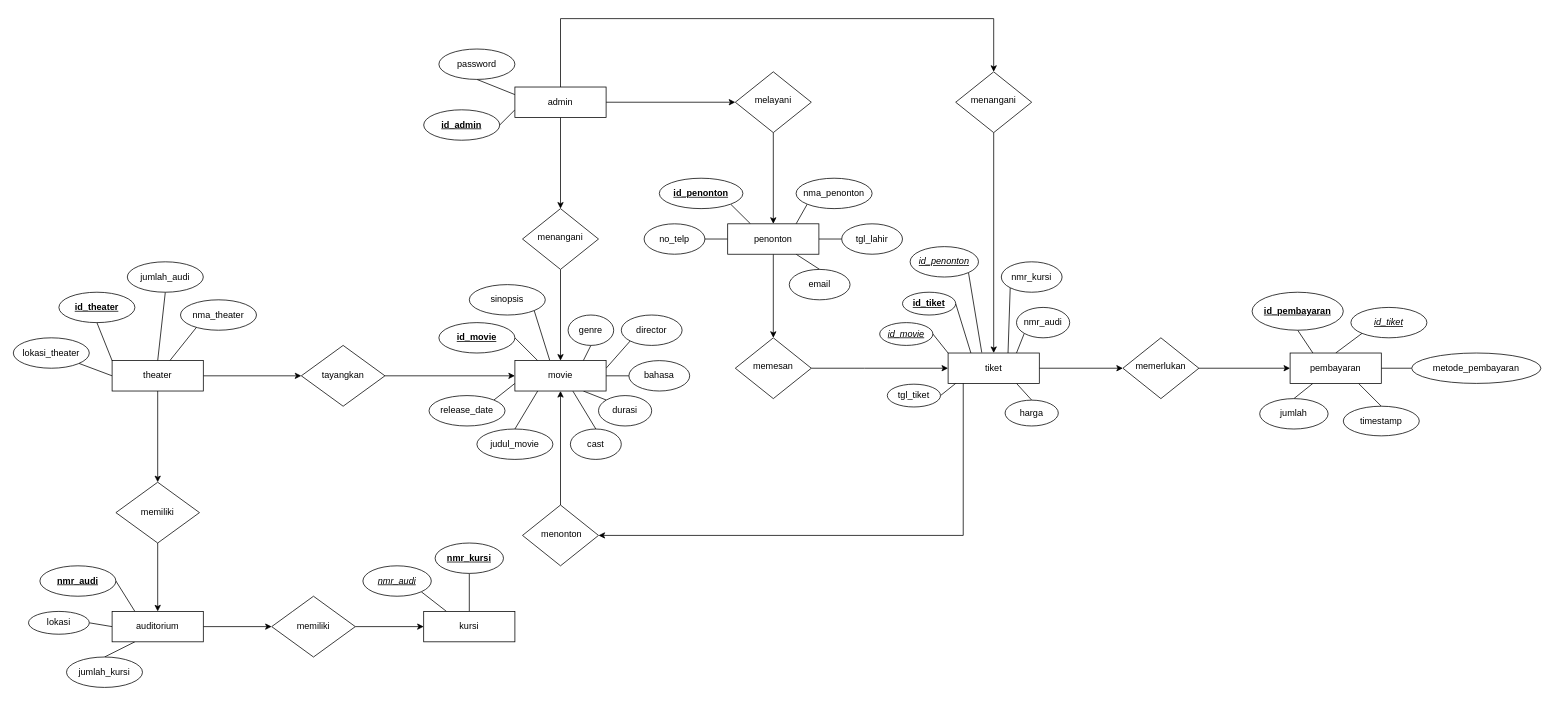
vinnnna/sistem-basis-data keeps this draw.io diagram as movie_erd.drawio. Above is the earlier version. Source tidied: cells renumbered, new cells numbered last; positions are measured from the earlier drawing's top-left corner, leaving out a move shared by most shapes. Both pictures are drawn from the tidied source at 76%, with x=0, y=0 at pixel (13, 18).
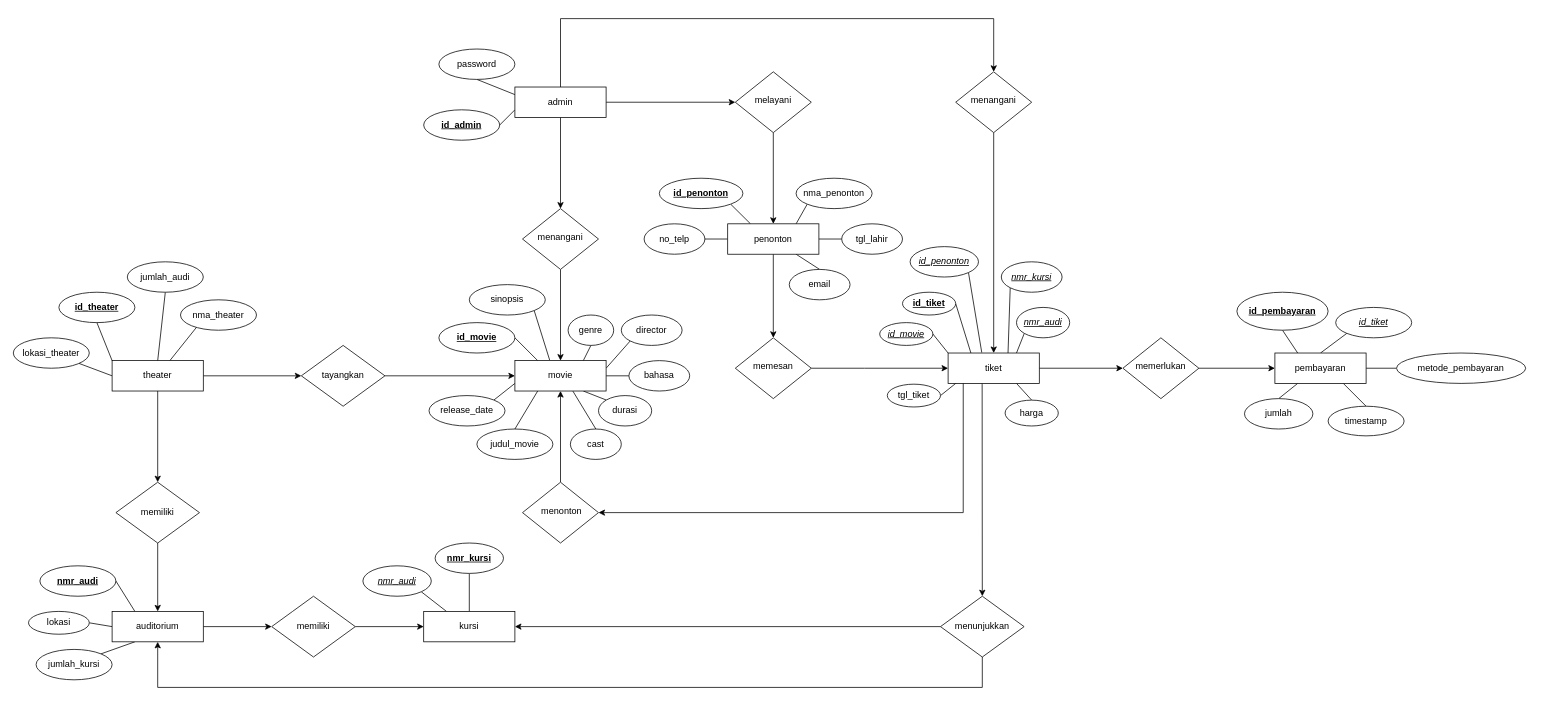
The same page after the edit.

Unchanged cells that the change refers to:
```xml
<mxCell id="38" value="tiket" style="rounded=1;whiteSpace=wrap;html=1;fontSize=12;glass=0;strokeWidth=1;shadow=0;arcSize=0;" parent="1" vertex="1">
  <mxGeometry x="1230" y="440" width="120" height="40" as="geometry" />
</mxCell>
<mxCell id="95" value="auditorium" style="rounded=1;whiteSpace=wrap;html=1;fontSize=12;glass=0;strokeWidth=1;shadow=0;arcSize=0;" parent="1" vertex="1">
  <mxGeometry x="130" y="780" width="120" height="40" as="geometry" />
</mxCell>
<mxCell id="100" value="kursi" style="rounded=1;whiteSpace=wrap;html=1;fontSize=12;glass=0;strokeWidth=1;shadow=0;arcSize=0;" parent="1" vertex="1">
  <mxGeometry x="540" y="780" width="120" height="40" as="geometry" />
</mxCell>
```

What changed in the source:
```diff
@@
     <mxCell id="30" style="edgeStyle=orthogonalEdgeStyle;rounded=0;jettySize=auto;html=1;exitX=0.166;exitY=0.983;exitDx=0;exitDy=0;entryX=1;entryY=0.5;entryDx=0;entryDy=0;exitPerimeter=0;" parent="1" edge="1" source="38" target="48">
       <mxGeometry relative="1" as="geometry">
         <Array as="points">
-          <mxPoint x="1250" y="680" />
+          <mxPoint x="1250" y="650" />
         </Array>
       </mxGeometry>
     </mxCell>
@@
+    <mxCell id="111" style="edgeStyle=orthogonalEdgeStyle;rounded=0;jettySize=auto;html=1;exitX=0.373;exitY=0.997;exitDx=0;exitDy=0;exitPerimeter=0;entryX=0.5;entryY=0;entryDx=0;entryDy=0;" parent="1" edge="1" source="38" target="114">
+      <mxGeometry relative="1" as="geometry">
+        <Array as="points">
+          <mxPoint x="1275" y="481" />
+          <mxPoint x="1275" y="481" />
+        </Array>
+      </mxGeometry>
+    </mxCell>
@@
     <mxCell id="44" value="pembayaran" style="rounded=1;whiteSpace=wrap;html=1;fontSize=12;glass=0;strokeWidth=1;shadow=0;arcSize=0;" parent="1" vertex="1">
-      <mxGeometry x="1680" y="440" width="120" height="40" as="geometry" />
+      <mxGeometry x="1660" y="440" width="120" height="40" as="geometry" />
     </mxCell>
@@
     <mxCell id="48" value="&amp;nbsp;menonton" style="rhombus;whiteSpace=wrap;html=1;shadow=0;fontFamily=Helvetica;fontSize=12;align=center;strokeWidth=1;spacing=6;spacingTop=-4;" parent="1" vertex="1">
-      <mxGeometry x="670" y="640" width="100" height="80" as="geometry" />
+      <mxGeometry x="670" y="610" width="100" height="80" as="geometry" />
     </mxCell>
@@
-    <mxCell id="80" value="nmr_audi" style="ellipse;whiteSpace=wrap;html=1;" parent="1" vertex="1">
+    <mxCell id="80" value="nmr_audi" style="ellipse;whiteSpace=wrap;html=1;fontStyle=6;" parent="1" vertex="1">
       <mxGeometry x="1320" y="380" width="70" height="40" as="geometry" />
     </mxCell>
@@
-    <mxCell id="84" value="nmr_kursi" style="ellipse;whiteSpace=wrap;html=1;" parent="1" vertex="1">
+    <mxCell id="84" value="nmr_kursi" style="ellipse;whiteSpace=wrap;html=1;fontStyle=6;" parent="1" vertex="1">
       <mxGeometry x="1300" y="320" width="80" height="40" as="geometry" />
     </mxCell>
@@
-    <mxCell id="94" style="rounded=0;jettySize=auto;html=1;exitX=0.25;exitY=1;exitDx=0;exitDy=0;entryX=0.5;entryY=0;entryDx=0;entryDy=0;endArrow=none;endFill=0;" parent="1" edge="1" source="95" target="110">
+    <mxCell id="94" style="rounded=0;jettySize=auto;html=1;exitX=0.25;exitY=1;exitDx=0;exitDy=0;entryX=1;entryY=0;entryDx=0;entryDy=0;endArrow=none;endFill=0;" parent="1" edge="1" source="95" target="110">
       <mxGeometry relative="1" as="geometry" />
     </mxCell>
@@
     <mxCell id="101" value="id_pembayaran" style="ellipse;whiteSpace=wrap;html=1;fontStyle=5;" parent="1" vertex="1">
-      <mxGeometry x="1630" y="360" width="120" height="50" as="geometry" />
+      <mxGeometry x="1610" y="360" width="120" height="50" as="geometry" />
     </mxCell>
     <mxCell id="102" value="jumlah" style="ellipse;whiteSpace=wrap;html=1;fontStyle=0;" parent="1" vertex="1">
-      <mxGeometry x="1640" y="500" width="90" height="40" as="geometry" />
+      <mxGeometry x="1620" y="500" width="90" height="40" as="geometry" />
     </mxCell>
     <mxCell id="103" value="timestamp" style="ellipse;whiteSpace=wrap;html=1;fontStyle=0;" parent="1" vertex="1">
-      <mxGeometry x="1750" y="510" width="100" height="39" as="geometry" />
+      <mxGeometry x="1730" y="510" width="100" height="39" as="geometry" />
     </mxCell>
     <mxCell id="104" value="id_tiket" style="ellipse;whiteSpace=wrap;html=1;fontStyle=6;" parent="1" vertex="1">
-      <mxGeometry x="1760" y="380" width="100" height="40" as="geometry" />
+      <mxGeometry x="1740" y="380" width="100" height="40" as="geometry" />
     </mxCell>
     <mxCell id="105" value="metode_pembayaran" style="ellipse;whiteSpace=wrap;html=1;fontStyle=0;" parent="1" vertex="1">
-      <mxGeometry x="1840" y="440" width="170" height="40" as="geometry" />
+      <mxGeometry x="1820" y="440" width="170" height="40" as="geometry" />
     </mxCell>
@@
     <mxCell id="110" value="jumlah_kursi" style="ellipse;whiteSpace=wrap;html=1;fontStyle=0;" parent="1" vertex="1">
-      <mxGeometry x="70" y="840" width="100" height="40" as="geometry" />
+      <mxGeometry x="30" y="830" width="100" height="40" as="geometry" />
     </mxCell>
+    <mxCell id="112" style="edgeStyle=orthogonalEdgeStyle;rounded=0;jettySize=auto;html=1;entryX=1;entryY=0.5;entryDx=0;entryDy=0;" parent="1" edge="1" source="114" target="100">
+      <mxGeometry relative="1" as="geometry" />
+    </mxCell>
+    <mxCell id="113" style="edgeStyle=orthogonalEdgeStyle;rounded=0;jettySize=auto;html=1;exitX=0.5;exitY=1;exitDx=0;exitDy=0;entryX=0.5;entryY=1;entryDx=0;entryDy=0;" parent="1" edge="1" source="114" target="95">
+      <mxGeometry relative="1" as="geometry">
+        <Array as="points">
+          <mxPoint x="1275" y="880" />
+          <mxPoint x="190" y="880" />
+        </Array>
+      </mxGeometry>
+    </mxCell>
+    <mxCell id="114" value="menunjukkan" style="rhombus;whiteSpace=wrap;html=1;rounded=1;glass=0;strokeWidth=1;shadow=0;arcSize=0;" parent="1" vertex="1">
+      <mxGeometry x="1220" y="760" width="110" height="80" as="geometry" />
+    </mxCell>
```
